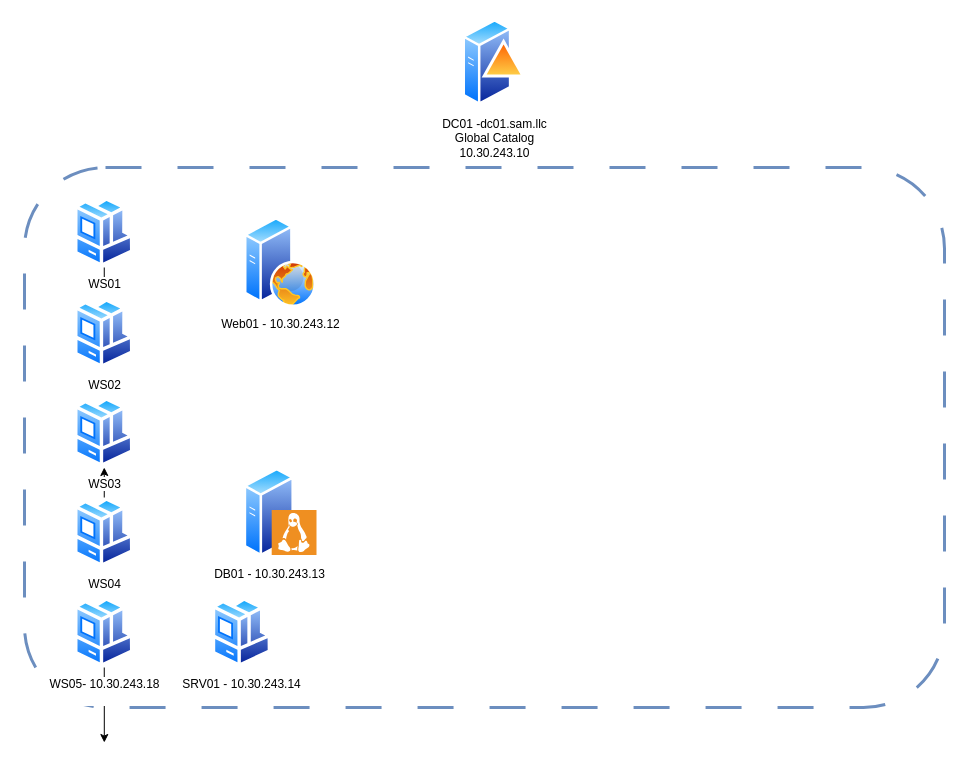
This is Untitled Diagram.drawio from hgh7527/Network-Discovery-and-Topology-Mapping, a draw.io file, before an edit. Source tidied: cells renumbered, new cells numbered last; positions are measured from the earlier drawing's top-left corner, leaving out a move shared by most shapes. Both pictures are drawn from the tidied source at 100%, with x=0, y=0 at pixel (24, 17).
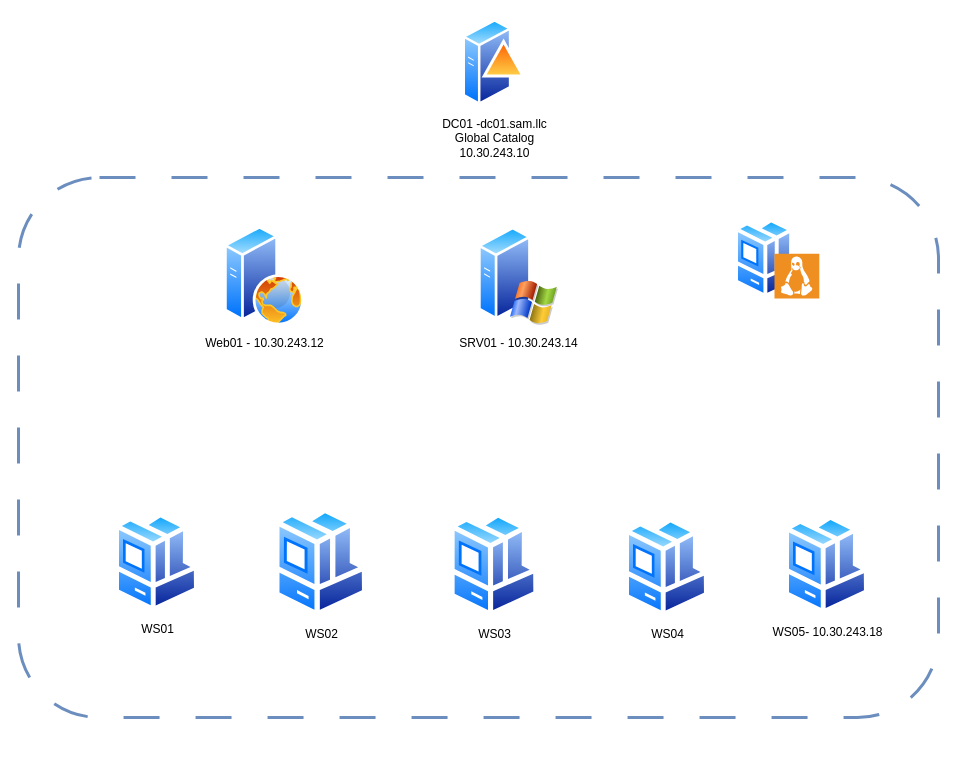
Above is the later version.

The edit, as a diff of the source:
```diff
@@
 <mxGraphModel>
   <root>
     <mxCell id="0" />
     <mxCell id="1" parent="0" />
     <mxCell id="2" value="DC01 -dc01.sam.llc&lt;div&gt;Global Catalog&lt;/div&gt;&lt;div&gt;10.30.243.10&lt;/div&gt;" style="image;perimeter=ellipsePerimeter;html=1;align=center;shadow=0;dashed=0;spacingTop=3;image=img/lib/active_directory/domain_controller.svg;" parent="1" vertex="1">
       <mxGeometry x="438.5" width="63" height="90" as="geometry" />
     </mxCell>
     <mxCell id="3" style="rounded=1;whiteSpace=wrap;html=1;fillColor=none;strokeColor=#6c8ebf;dashed=1;dashPattern=12 12;strokeWidth=3;" parent="1" vertex="1">
-      <mxGeometry y="150" width="920" height="540" as="geometry" />
+      <mxGeometry x="-6" y="160" width="920" height="540" as="geometry" />
     </mxCell>
-    <mxCell id="4" style="edgeStyle=orthogonalEdgeStyle;rounded=0;jettySize=auto;html=1;" parent="1" edge="1" source="5" target="9">
-      <mxGeometry relative="1" as="geometry" />
-    </mxCell>
     <mxCell id="5" value="&lt;div&gt;WS01&lt;/div&gt;&lt;div&gt;&lt;br&gt;&lt;/div&gt;" style="image;perimeter=ellipsePerimeter;html=1;align=center;shadow=0;dashed=0;spacingTop=3;image=img/lib/active_directory/workstation_client.svg;" parent="1" vertex="1">
-      <mxGeometry x="50" y="180" width="59.5" height="70" as="geometry" />
+      <mxGeometry x="90" y="495" width="85" height="100" as="geometry" />
     </mxCell>
-    <mxCell id="6" style="edgeStyle=orthogonalEdgeStyle;rounded=0;jettySize=auto;html=1;" parent="1" edge="1" source="7" target="8">
-      <mxGeometry relative="1" as="geometry" />
-    </mxCell>
     <mxCell id="7" value="WS04" style="image;perimeter=ellipsePerimeter;html=1;align=center;shadow=0;dashed=0;spacingTop=3;image=img/lib/active_directory/workstation_client.svg;" parent="1" vertex="1">
-      <mxGeometry x="50" y="480" width="59.5" height="70" as="geometry" />
+      <mxGeometry x="600" y="500" width="85" height="100" as="geometry" />
     </mxCell>
     <mxCell id="8" value="WS03" style="image;perimeter=ellipsePerimeter;html=1;align=center;shadow=0;dashed=0;spacingTop=3;image=img/lib/active_directory/workstation_client.svg;" parent="1" vertex="1">
-      <mxGeometry x="50" y="380" width="59.5" height="70" as="geometry" />
+      <mxGeometry x="425.4" y="495" width="89.2" height="105" as="geometry" />
     </mxCell>
     <mxCell id="9" value="WS02" style="image;perimeter=ellipsePerimeter;html=1;align=center;shadow=0;dashed=0;spacingTop=3;image=img/lib/active_directory/workstation_client.svg;" parent="1" vertex="1">
-      <mxGeometry x="50" y="281" width="59.5" height="70" as="geometry" />
+      <mxGeometry x="250" y="490" width="93.5" height="110" as="geometry" />
     </mxCell>
-    <mxCell id="10" style="edgeStyle=orthogonalEdgeStyle;rounded=0;jettySize=auto;html=1;" parent="1" edge="1" source="11">
-      <mxGeometry relative="1" as="geometry">
-        <mxPoint x="79.8" y="725" as="targetPoint" />
-      </mxGeometry>
-    </mxCell>
     <mxCell id="11" value="WS05- 10.30.243.18&lt;div&gt;&lt;br&gt;&lt;/div&gt;" style="image;perimeter=ellipsePerimeter;html=1;align=center;shadow=0;dashed=0;spacingTop=3;image=img/lib/active_directory/workstation_client.svg;" parent="1" vertex="1">
-      <mxGeometry x="50" y="580" width="59.5" height="70" as="geometry" />
+      <mxGeometry x="760" y="497.5" width="85" height="100" as="geometry" />
     </mxCell>
     <mxCell id="12" value="Web01 - 10.30.243.12&lt;div&gt;&lt;br&gt;&lt;/div&gt;" style="image;perimeter=ellipsePerimeter;html=1;align=center;shadow=0;dashed=0;spacingTop=3;image=img/lib/active_directory/web_server.svg;" parent="1" vertex="1">
-      <mxGeometry x="220" y="200" width="72" height="90" as="geometry" />
+      <mxGeometry x="200" y="208.6" width="80" height="100" as="geometry" />
     </mxCell>
-    <mxCell id="13" value="DB01 - 10.30.243.13" style="image;perimeter=ellipsePerimeter;html=1;align=center;shadow=0;dashed=0;spacingTop=3;image=img/lib/active_directory/generic_server.svg;" parent="1" vertex="1">
-      <mxGeometry x="219.6" y="450" width="50.4" height="90" as="geometry" />
-    </mxCell>
+    <mxCell id="16" style="image;perimeter=ellipsePerimeter;html=1;align=center;shadow=0;dashed=0;spacingTop=3;image=img/lib/active_directory/workstation_client.svg;" parent="1" vertex="1">
+      <mxGeometry x="710" y="201" width="68" height="80" as="geometry" />
+    </mxCell>
     <mxCell id="14" style="shadow=0;dashed=0;html=1;strokeColor=none;fillColor=#EF8F21;labelPosition=center;verticalLabelPosition=bottom;verticalAlign=top;align=center;shape=mxgraph.veeam.linux;" parent="1" vertex="1">
-      <mxGeometry x="247.2" y="492.6" width="44.8" height="44.8" as="geometry" />
+      <mxGeometry x="750" y="236.2" width="44.8" height="44.8" as="geometry" />
     </mxCell>
-    <mxCell id="15" value="&lt;div&gt;SRV01 - 10.30.243.14&lt;/div&gt;&lt;div&gt;&lt;br&gt;&lt;/div&gt;" style="image;perimeter=ellipsePerimeter;html=1;align=center;shadow=0;dashed=0;spacingTop=3;image=img/lib/active_directory/workstation_client.svg;" parent="1" vertex="1">
-      <mxGeometry x="187.7" y="580" width="59.5" height="70" as="geometry" />
+    <mxCell id="15" value="&lt;div&gt;SRV01 - 10.30.243.14&lt;/div&gt;&lt;div&gt;&lt;br&gt;&lt;/div&gt;" style="image;perimeter=ellipsePerimeter;html=1;align=center;shadow=0;dashed=0;spacingTop=3;image=img/lib/active_directory/windows_server_2.svg;" parent="1" vertex="1">
+      <mxGeometry x="454" y="208.6" width="80" height="100" as="geometry" />
     </mxCell>
   </root>
 </mxGraphModel>
```
